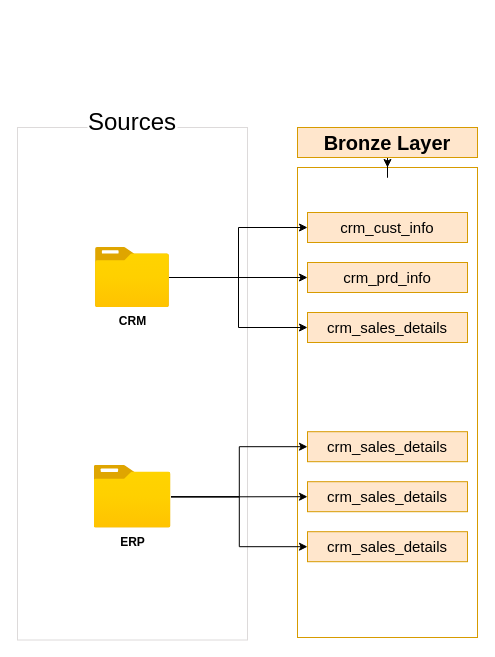
This is page "DataLineage" (2 of 2) of images/ArchitectureDiagrams.drawio from sdsouto/sql-data-warehouse-project, a draw.io file, before an edit. Source tidied: cells renumbered, new cells numbered last; positions are measured from the earlier drawing's top-left corner, leaving out a move shared by most shapes. Both pictures are drawn from the tidied source at 100%, with x=0, y=0 at pixel (17, 107).
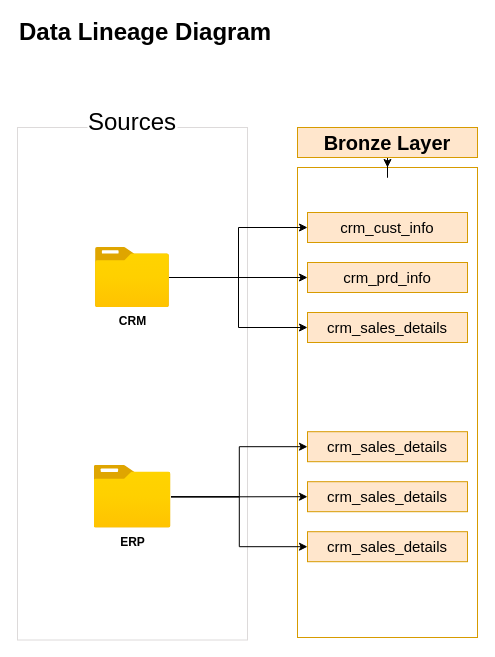
After the change.

Commit message:
Rename DataFlow diagram to DataLineage

Diff of the diagram source:
```diff
@@
+    <mxCell id="21" value="&lt;b&gt;&lt;font style=&quot;font-size: 24px;&quot;&gt;Data Lineage Diagram&lt;/font&gt;&lt;/b&gt;" style="text;html=1;align=left;verticalAlign=middle;whiteSpace=wrap;rounded=0;fontSize=20;" parent="1" vertex="1">
+      <mxGeometry y="-90" width="280" height="30" as="geometry" />
+    </mxCell>
```
